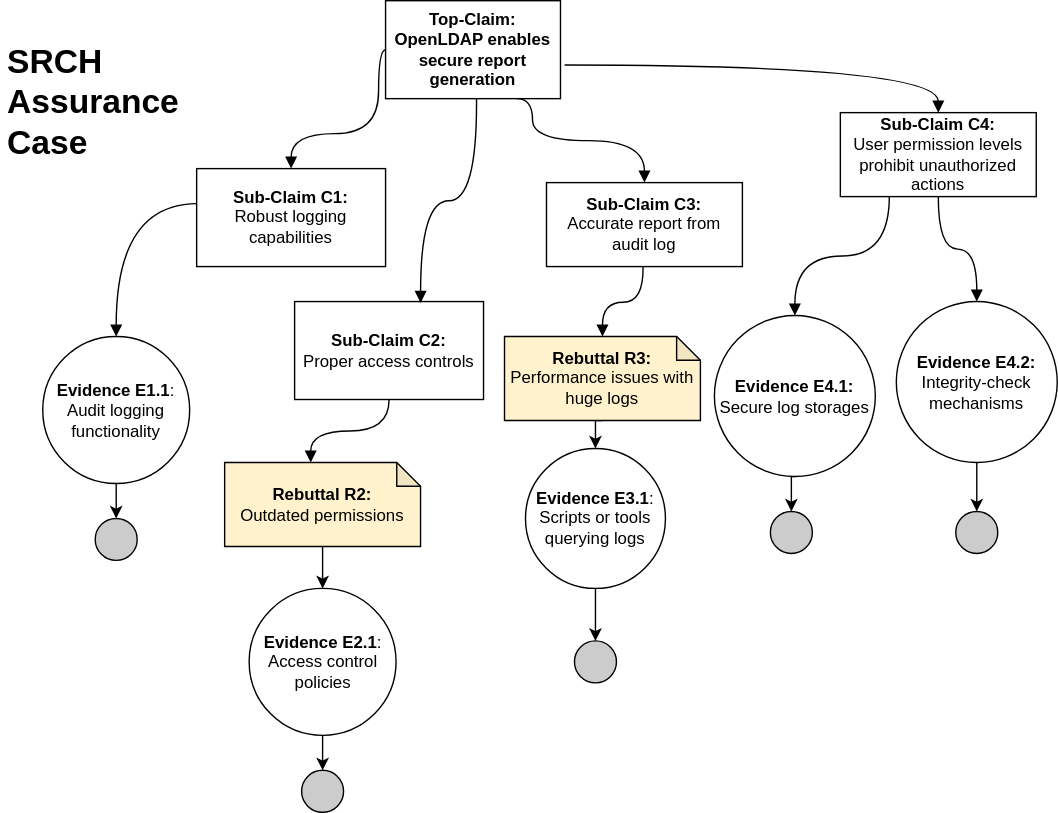
Earlier version of the draw.io export images/SRCH_accurance_case.svg (bartelsjoshuac/SAPG). Source tidied: cells renumbered, new cells last; positions are measured from the earlier drawing's top-left corner, leaving out a move shared by most shapes.
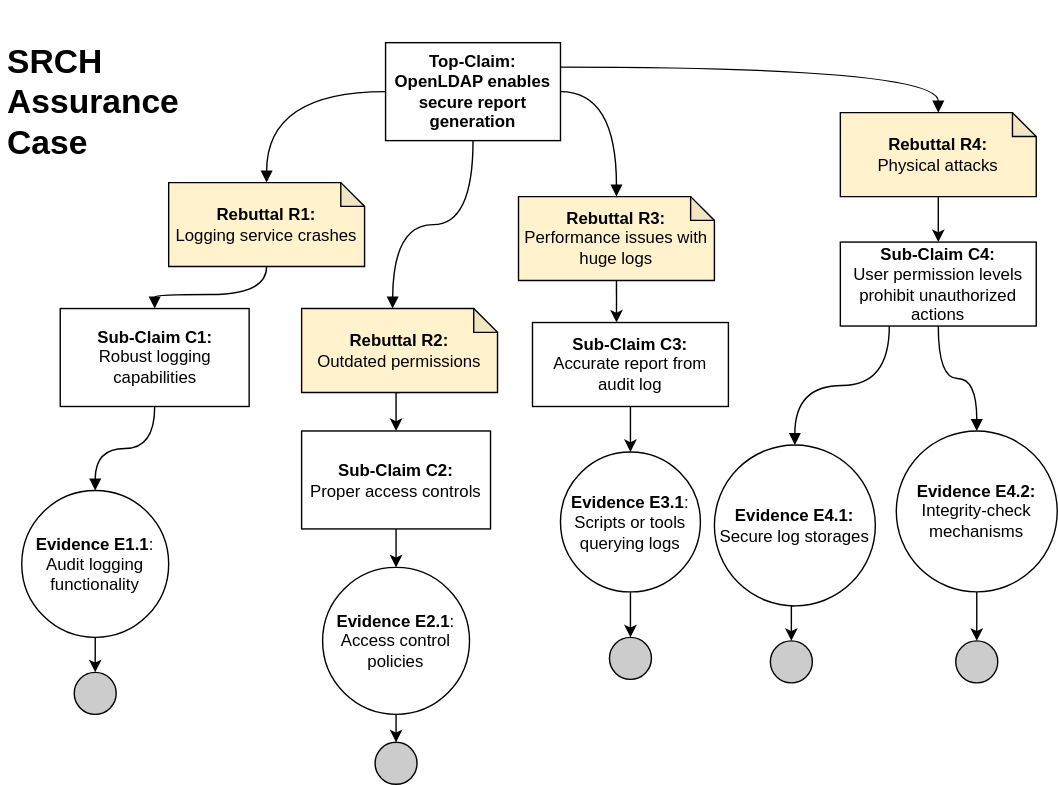
After the change.

The edit, as a diff of the source:
```diff
@@ -3,22 +3,13 @@
     <mxCell id="0" />
     <mxCell id="1" parent="0" />
     <mxCell id="2" value="&lt;div&gt;&lt;br&gt;&lt;/div&gt;&lt;h1&gt;SRCH&lt;br&gt;Assurance Case&lt;/h1&gt;&lt;p&gt;&lt;br&gt;&lt;/p&gt;" style="text;html=1;strokeColor=none;fillColor=none;spacing=5;spacingTop=-20;whiteSpace=wrap;overflow=hidden;rounded=0;" parent="1" vertex="1">
-      <mxGeometry y="10" width="135" height="120" as="geometry" />
+      <mxGeometry y="-20" width="135" height="120" as="geometry" />
     </mxCell>
-    <mxCell id="3" style="edgeStyle=orthogonalEdgeStyle;rounded=0;jettySize=auto;html=1;endArrow=block;endFill=1;curved=1;entryX=0.5;entryY=0;entryDx=0;entryDy=0;" parent="1" edge="1" source="4" target="5">
-      <mxGeometry relative="1" as="geometry">
-        <Array as="points">
-          <mxPoint x="270" y="35" />
-          <mxPoint x="270" y="95" />
-          <mxPoint x="208" y="95" />
-        </Array>
-      </mxGeometry>
-    </mxCell>
     <mxCell id="4" value="&lt;b&gt;Top-Claim:&lt;/b&gt;&lt;br&gt;&lt;b&gt;OpenLDAP enables secure report generation&lt;/b&gt;" style="rounded=0;whiteSpace=wrap;html=1;" parent="1" vertex="1">
       <mxGeometry x="275" width="125" height="70" as="geometry" />
     </mxCell>
     <mxCell id="5" value="&lt;b&gt;Sub-Claim C1:&lt;br&gt;&lt;/b&gt;Robust logging capabilities" style="rounded=0;whiteSpace=wrap;html=1;" parent="1" vertex="1">
-      <mxGeometry x="140" y="120" width="135" height="70" as="geometry" />
+      <mxGeometry x="42.5" y="190" width="135" height="70" as="geometry" />
     </mxCell>
     <mxCell id="6" style="edgeStyle=orthogonalEdgeStyle;curved=1;rounded=0;jettySize=auto;html=1;entryX=0.5;entryY=0;entryDx=0;entryDy=0;endArrow=block;endFill=1;exitX=0.25;exitY=1;exitDx=0;exitDy=0;" parent="1" edge="1" source="25" target="8">
       <mxGeometry relative="1" as="geometry" />
@@ -27,100 +18,105 @@
       <mxGeometry relative="1" as="geometry" />
     </mxCell>
     <mxCell id="8" value="&lt;b&gt;Evidence E4.1:&lt;/b&gt;&lt;br&gt;Secure log storages" style="ellipse;whiteSpace=wrap;html=1;fillColor=#ffffff;rounded=0;" parent="1" vertex="1">
-      <mxGeometry x="510" y="225" width="115" height="115" as="geometry" />
+      <mxGeometry x="510" y="287.5" width="115" height="115" as="geometry" />
     </mxCell>
-    <mxCell id="9" style="edgeStyle=orthogonalEdgeStyle;curved=1;rounded=0;jettySize=auto;html=1;endArrow=block;endFill=1;exitX=0.75;exitY=1;exitDx=0;exitDy=0;" parent="1" edge="1" source="4" target="10">
-      <mxGeometry relative="1" as="geometry">
-        <Array as="points">
-          <mxPoint x="380" y="70" />
-          <mxPoint x="380" y="100" />
-          <mxPoint x="460" y="100" />
-        </Array>
-      </mxGeometry>
-    </mxCell>
+    <mxCell id="36" style="edgeStyle=orthogonalEdgeStyle;rounded=0;jettySize=auto;html=1;exitX=0.5;exitY=1;exitDx=0;exitDy=0;" parent="1" edge="1" source="10" target="22">
+      <mxGeometry relative="1" as="geometry" />
+    </mxCell>
     <mxCell id="10" value="&lt;b&gt;Sub-Claim C3:&lt;br&gt;&lt;/b&gt;Accurate report from audit log" style="rounded=0;whiteSpace=wrap;html=1;" parent="1" vertex="1">
-      <mxGeometry x="390" y="130" width="140" height="60" as="geometry" />
+      <mxGeometry x="380" y="200" width="140" height="60" as="geometry" />
     </mxCell>
     <mxCell id="11" style="edgeStyle=orthogonalEdgeStyle;rounded=0;jettySize=auto;html=1;exitX=0.5;exitY=1;exitDx=0;exitDy=0;entryX=0.5;entryY=0;entryDx=0;entryDy=0;" parent="1" edge="1" source="12" target="27">
       <mxGeometry relative="1" as="geometry" />
     </mxCell>
     <mxCell id="12" value="&lt;b&gt;Evidence E4.2:&lt;/b&gt;&lt;br&gt;Integrity-check mechanisms" style="ellipse;whiteSpace=wrap;html=1;fillColor=#ffffff;rounded=0;" parent="1" vertex="1">
-      <mxGeometry x="640" y="215" width="115" height="115" as="geometry" />
+      <mxGeometry x="640" y="277.5" width="115" height="115" as="geometry" />
     </mxCell>
     <mxCell id="13" style="edgeStyle=orthogonalEdgeStyle;rounded=0;jettySize=auto;html=1;exitX=0.5;exitY=1;exitDx=0;exitDy=0;entryX=0.5;entryY=0;entryDx=0;entryDy=0;" parent="1" edge="1" source="14" target="15">
       <mxGeometry relative="1" as="geometry" />
     </mxCell>
     <mxCell id="14" value="&lt;b&gt;Evidence E1.1&lt;/b&gt;:&lt;br&gt;Audit logging functionality" style="ellipse;whiteSpace=wrap;html=1;fillColor=#ffffff;rounded=0;" parent="1" vertex="1">
-      <mxGeometry x="30" y="240" width="105" height="105" as="geometry" />
+      <mxGeometry x="15" y="320" width="105" height="105" as="geometry" />
     </mxCell>
     <mxCell id="15" style="ellipse;whiteSpace=wrap;html=1;fillColor=#CCCCCC;" parent="1" vertex="1">
-      <mxGeometry x="67.5" y="370" width="30" height="30" as="geometry" />
+      <mxGeometry x="52.5" y="450" width="30" height="30" as="geometry" />
     </mxCell>
+    <mxCell id="37" style="edgeStyle=orthogonalEdgeStyle;rounded=0;jettySize=auto;html=1;exitX=0.5;exitY=1;exitDx=0;exitDy=0;entryX=0.5;entryY=0;entryDx=0;entryDy=0;" parent="1" edge="1" source="16" target="18">
+      <mxGeometry relative="1" as="geometry" />
+    </mxCell>
     <mxCell id="16" value="&lt;b&gt;Sub-Claim C2:&lt;br&gt;&lt;/b&gt;Proper access controls" style="rounded=0;whiteSpace=wrap;html=1;" parent="1" vertex="1">
-      <mxGeometry x="210" y="215" width="135" height="70" as="geometry" />
+      <mxGeometry x="215" y="277.5" width="135" height="70" as="geometry" />
     </mxCell>
     <mxCell id="17" style="edgeStyle=orthogonalEdgeStyle;rounded=0;jettySize=auto;html=1;exitX=0.5;exitY=1;exitDx=0;exitDy=0;entryX=0.5;entryY=0;entryDx=0;entryDy=0;" parent="1" edge="1" source="18" target="19">
       <mxGeometry relative="1" as="geometry" />
     </mxCell>
     <mxCell id="18" value="&lt;b&gt;Evidence E2.1&lt;/b&gt;:&lt;br&gt;Access control policies" style="ellipse;whiteSpace=wrap;html=1;fillColor=#ffffff;rounded=0;" parent="1" vertex="1">
-      <mxGeometry x="177.5" y="420" width="105" height="105" as="geometry" />
+      <mxGeometry x="230" y="375" width="105" height="105" as="geometry" />
     </mxCell>
     <mxCell id="19" style="ellipse;whiteSpace=wrap;html=1;fillColor=#CCCCCC;" parent="1" vertex="1">
-      <mxGeometry x="215" y="550" width="30" height="30" as="geometry" />
+      <mxGeometry x="267.5" y="500" width="30" height="30" as="geometry" />
     </mxCell>
-    <mxCell id="20" style="edgeStyle=orthogonalEdgeStyle;rounded=0;jettySize=auto;html=1;endArrow=block;endFill=1;curved=1;entryX=0.667;entryY=0.014;entryDx=0;entryDy=0;entryPerimeter=0;" parent="1" edge="1" target="16">
-      <mxGeometry relative="1" as="geometry">
-        <mxPoint x="340" y="70" as="sourcePoint" />
-      </mxGeometry>
-    </mxCell>
     <mxCell id="21" style="edgeStyle=orthogonalEdgeStyle;rounded=0;jettySize=auto;html=1;exitX=0.5;exitY=1;exitDx=0;exitDy=0;entryX=0.5;entryY=0;entryDx=0;entryDy=0;" parent="1" edge="1" source="22" target="23">
       <mxGeometry relative="1" as="geometry" />
     </mxCell>
     <mxCell id="22" value="&lt;b&gt;Evidence E3.1&lt;/b&gt;:&lt;br&gt;Scripts or tools querying logs" style="ellipse;whiteSpace=wrap;html=1;fillColor=#ffffff;rounded=0;" parent="1" vertex="1">
-      <mxGeometry x="375" y="320" width="100" height="100" as="geometry" />
+      <mxGeometry x="400" y="292.5" width="100" height="100" as="geometry" />
     </mxCell>
     <mxCell id="23" style="ellipse;whiteSpace=wrap;html=1;fillColor=#CCCCCC;" parent="1" vertex="1">
-      <mxGeometry x="410" y="457.5" width="30" height="30" as="geometry" />
+      <mxGeometry x="435" y="425" width="30" height="30" as="geometry" />
     </mxCell>
     <mxCell id="24" style="edgeStyle=orthogonalEdgeStyle;curved=1;rounded=0;jettySize=auto;html=1;endArrow=block;endFill=1;entryX=0.5;entryY=0;entryDx=0;entryDy=0;" parent="1" edge="1" source="25" target="12">
       <mxGeometry relative="1" as="geometry" />
     </mxCell>
     <mxCell id="25" value="&lt;b&gt;Sub-Claim C4:&lt;br&gt;&lt;/b&gt;User permission levels prohibit unauthorized actions" style="rounded=0;whiteSpace=wrap;html=1;" parent="1" vertex="1">
-      <mxGeometry x="600" y="80" width="140" height="60" as="geometry" />
+      <mxGeometry x="600" y="142.5" width="140" height="60" as="geometry" />
     </mxCell>
     <mxCell id="26" style="ellipse;whiteSpace=wrap;html=1;fillColor=#CCCCCC;" parent="1" vertex="1">
-      <mxGeometry x="550" y="365" width="30" height="30" as="geometry" />
+      <mxGeometry x="550" y="427.5" width="30" height="30" as="geometry" />
     </mxCell>
     <mxCell id="27" style="ellipse;whiteSpace=wrap;html=1;fillColor=#CCCCCC;" parent="1" vertex="1">
-      <mxGeometry x="682.5" y="365" width="30" height="30" as="geometry" />
+      <mxGeometry x="682.5" y="427.5" width="30" height="30" as="geometry" />
     </mxCell>
-    <mxCell id="28" style="edgeStyle=orthogonalEdgeStyle;curved=1;rounded=0;jettySize=auto;html=1;endArrow=block;endFill=1;exitX=1.024;exitY=0.657;exitDx=0;exitDy=0;exitPerimeter=0;entryX=0.5;entryY=0;entryDx=0;entryDy=0;" parent="1" edge="1" source="4" target="25">
-      <mxGeometry relative="1" as="geometry" />
-    </mxCell>
-    <mxCell id="29" style="edgeStyle=orthogonalEdgeStyle;rounded=0;jettySize=auto;html=1;endArrow=block;endFill=1;curved=1;entryX=0;entryY=0;entryDx=61.5;entryDy=0;exitX=0.5;exitY=1;exitDx=0;exitDy=0;entryPerimeter=0;" parent="1" edge="1" source="16" target="31">
-      <mxGeometry relative="1" as="geometry" />
-    </mxCell>
-    <mxCell id="30" style="edgeStyle=orthogonalEdgeStyle;rounded=0;jettySize=auto;html=1;exitX=0.5;exitY=1;exitDx=0;exitDy=0;exitPerimeter=0;entryX=0.5;entryY=0;entryDx=0;entryDy=0;" parent="1" edge="1" source="31" target="18">
-      <mxGeometry relative="1" as="geometry" />
-    </mxCell>
+    <mxCell id="38" style="edgeStyle=orthogonalEdgeStyle;rounded=0;jettySize=auto;html=1;exitX=0.5;exitY=1;exitDx=0;exitDy=0;exitPerimeter=0;entryX=0.5;entryY=0;entryDx=0;entryDy=0;" parent="1" edge="1" source="31" target="16">
+      <mxGeometry relative="1" as="geometry" />
+    </mxCell>
     <mxCell id="31" value="&lt;b&gt;Rebuttal R2:&lt;/b&gt;&lt;br&gt;Outdated permissions" style="shape=note;whiteSpace=wrap;html=1;backgroundOutline=1;darkOpacity=0.05;size=17;fillColor=#FFF2CC;" parent="1" vertex="1">
-      <mxGeometry x="160" y="330" width="140" height="60" as="geometry" />
+      <mxGeometry x="215" y="190" width="140" height="60" as="geometry" />
     </mxCell>
-    <mxCell id="32" style="edgeStyle=orthogonalEdgeStyle;rounded=0;jettySize=auto;html=1;exitX=0.5;exitY=1;exitDx=0;exitDy=0;exitPerimeter=0;entryX=0.5;entryY=0;entryDx=0;entryDy=0;" parent="1" edge="1" source="33" target="22">
-      <mxGeometry relative="1" as="geometry" />
-    </mxCell>
     <mxCell id="33" value="&lt;b&gt;Rebuttal R3:&lt;/b&gt;&lt;br&gt;Performance issues with huge logs" style="shape=note;whiteSpace=wrap;html=1;backgroundOutline=1;darkOpacity=0.05;size=17;fillColor=#FFF2CC;" parent="1" vertex="1">
-      <mxGeometry x="360" y="240" width="140" height="60" as="geometry" />
+      <mxGeometry x="370" y="110" width="140" height="60" as="geometry" />
     </mxCell>
-    <mxCell id="34" style="edgeStyle=orthogonalEdgeStyle;rounded=0;jettySize=auto;html=1;endArrow=block;endFill=1;curved=1;entryX=0.5;entryY=0;entryDx=0;entryDy=0;exitX=0.457;exitY=1;exitDx=0;exitDy=0;exitPerimeter=0;entryPerimeter=0;" parent="1" edge="1" target="33">
-      <mxGeometry relative="1" as="geometry">
-        <mxPoint x="459" y="190" as="sourcePoint" />
-      </mxGeometry>
-    </mxCell>
-    <mxCell id="35" style="edgeStyle=orthogonalEdgeStyle;rounded=0;jettySize=auto;html=1;endArrow=block;endFill=1;curved=1;entryX=0.5;entryY=0;entryDx=0;entryDy=0;exitX=0.5;exitY=1;exitDx=0;exitDy=0;" parent="1" edge="1" target="14">
-      <mxGeometry relative="1" as="geometry">
-        <mxPoint x="140" y="145" as="sourcePoint" />
-      </mxGeometry>
+    <mxCell id="35" style="edgeStyle=orthogonalEdgeStyle;rounded=0;jettySize=auto;html=1;endArrow=block;endFill=1;curved=1;entryX=0.5;entryY=0;entryDx=0;entryDy=0;exitX=0.5;exitY=1;exitDx=0;exitDy=0;" parent="1" edge="1" source="5" target="14">
+      <mxGeometry relative="1" as="geometry" />
     </mxCell>
+    <mxCell id="39" value="&lt;b&gt;Rebuttal R1:&lt;/b&gt;&lt;br&gt;Logging service crashes" style="shape=note;whiteSpace=wrap;html=1;backgroundOutline=1;darkOpacity=0.05;size=17;fillColor=#FFF2CC;" parent="1" vertex="1">
+      <mxGeometry x="120" y="100" width="140" height="60" as="geometry" />
+    </mxCell>
+    <mxCell id="40" style="edgeStyle=orthogonalEdgeStyle;rounded=0;jettySize=auto;html=1;endArrow=block;endFill=1;curved=1;entryX=0.5;entryY=0;entryDx=0;entryDy=0;exitX=0.5;exitY=1;exitDx=0;exitDy=0;exitPerimeter=0;" parent="1" edge="1" source="39" target="5">
+      <mxGeometry relative="1" as="geometry" />
+    </mxCell>
+    <mxCell id="41" style="edgeStyle=orthogonalEdgeStyle;rounded=0;jettySize=auto;html=1;endArrow=block;endFill=1;curved=1;entryX=0.5;entryY=0;entryDx=0;entryDy=0;exitX=0;exitY=0.5;exitDx=0;exitDy=0;entryPerimeter=0;" parent="1" edge="1" source="4" target="39">
+      <mxGeometry relative="1" as="geometry" />
+    </mxCell>
+    <mxCell id="42" style="edgeStyle=orthogonalEdgeStyle;rounded=0;jettySize=auto;html=1;exitX=0.5;exitY=1;exitDx=0;exitDy=0;exitPerimeter=0;entryX=0.5;entryY=0;entryDx=0;entryDy=0;" parent="1" edge="1" source="43" target="25">
+      <mxGeometry relative="1" as="geometry" />
+    </mxCell>
+    <mxCell id="43" value="&lt;b&gt;Rebuttal R4:&lt;/b&gt;&lt;br&gt;Physical attacks" style="shape=note;whiteSpace=wrap;html=1;backgroundOutline=1;darkOpacity=0.05;size=17;fillColor=#FFF2CC;" parent="1" vertex="1">
+      <mxGeometry x="600" y="50" width="140" height="60" as="geometry" />
+    </mxCell>
+    <mxCell id="44" style="edgeStyle=orthogonalEdgeStyle;rounded=0;jettySize=auto;html=1;endArrow=block;endFill=1;curved=1;" parent="1" edge="1" source="4">
+      <mxGeometry relative="1" as="geometry">
+        <mxPoint x="280" y="190" as="targetPoint" />
+      </mxGeometry>
+    </mxCell>
+    <mxCell id="45" style="edgeStyle=orthogonalEdgeStyle;rounded=0;jettySize=auto;html=1;endArrow=block;endFill=1;curved=1;exitX=1;exitY=0.5;exitDx=0;exitDy=0;entryX=0.5;entryY=0;entryDx=0;entryDy=0;entryPerimeter=0;" parent="1" edge="1" source="4" target="33">
+      <mxGeometry relative="1" as="geometry" />
+    </mxCell>
+    <mxCell id="46" style="edgeStyle=orthogonalEdgeStyle;rounded=0;jettySize=auto;html=1;endArrow=block;endFill=1;curved=1;exitX=1;exitY=0.25;exitDx=0;exitDy=0;entryX=0.5;entryY=0;entryDx=0;entryDy=0;entryPerimeter=0;" parent="1" edge="1" source="4" target="43">
+      <mxGeometry relative="1" as="geometry" />
+    </mxCell>
+    <mxCell id="47" style="edgeStyle=orthogonalEdgeStyle;rounded=0;jettySize=auto;html=1;exitX=0.5;exitY=1;exitDx=0;exitDy=0;exitPerimeter=0;entryX=0.429;entryY=0;entryDx=0;entryDy=0;entryPerimeter=0;" parent="1" edge="1" source="33" target="10">
+      <mxGeometry relative="1" as="geometry" />
+    </mxCell>
   </root>
 </mxGraphModel>
```
